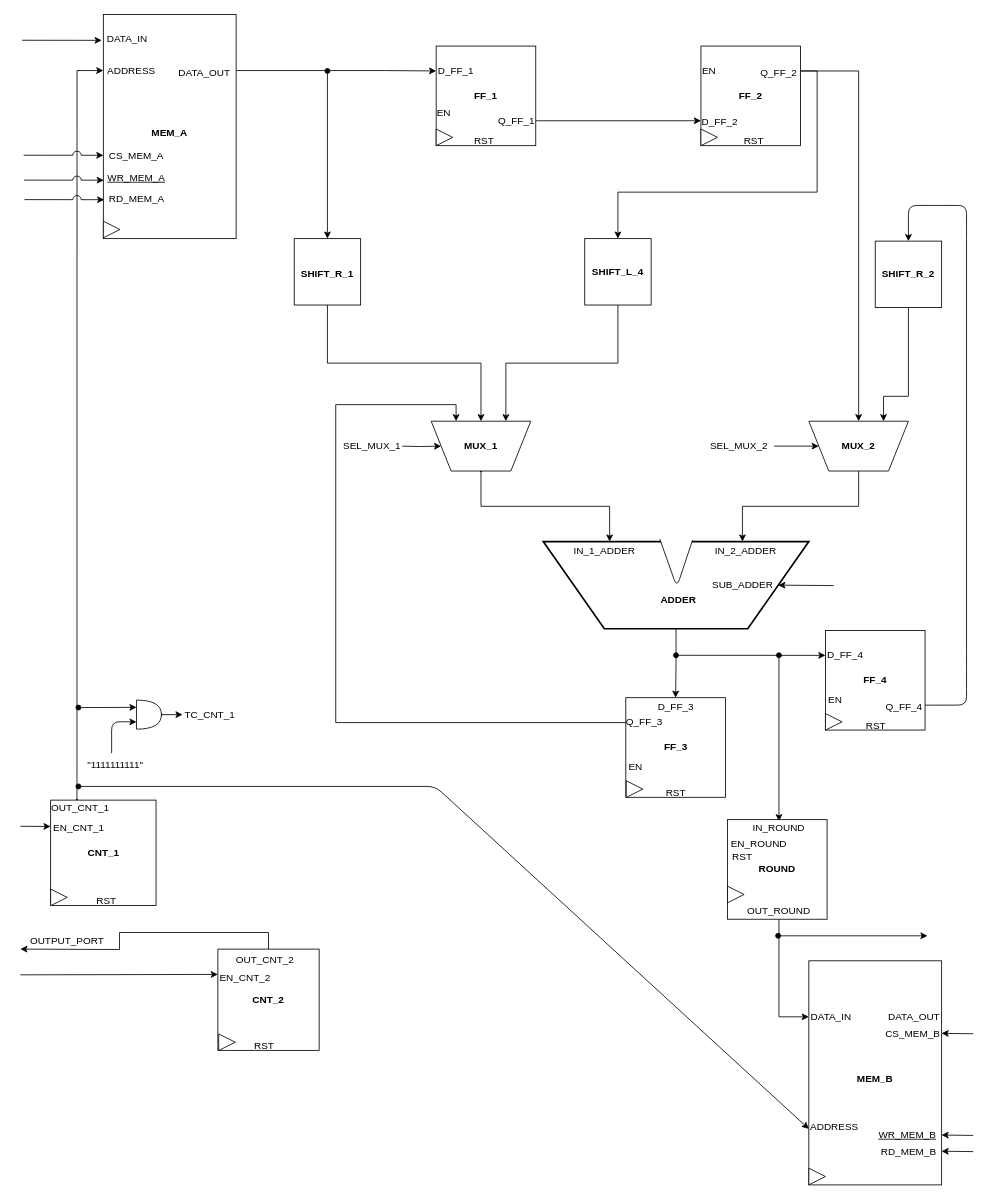
leobel96/Polito-ESD-NeuralNetwork keeps this draw.io diagram as lab6/Datapath.drawio. Above is the earlier version. Source tidied: cells renumbered, new cells numbered last; positions are measured from the earlier drawing's top-left corner, leaving out a move shared by most shapes. Both pictures are drawn from the tidied source at 83%, with x=0, y=0 at pixel (20, 14).
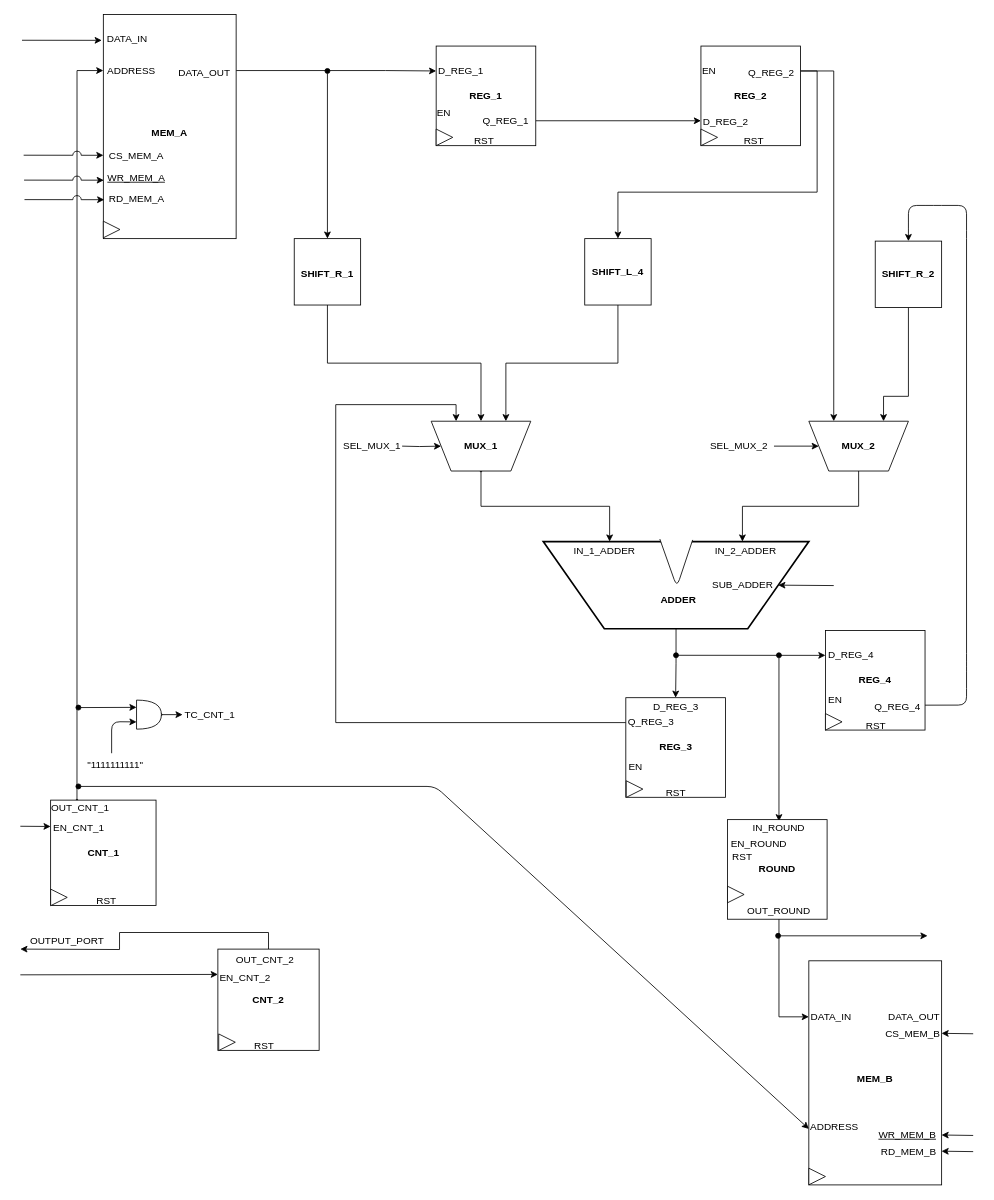
Above is the later version.

The change refers to these unchanged cells:
```xml
<mxCell id="37" style="shape=trapezoid;perimeter=trapezoidPerimeter;whiteSpace=wrap;html=1;rotation=180;" parent="1" vertex="1">
  <mxGeometry x="950" y="490" width="120" height="60" as="geometry" />
</mxCell>
```

Change to the diagram source:
```diff
@@
-    <mxCell id="14" value="&lt;b&gt;FF_1&lt;/b&gt;" style="whiteSpace=wrap;html=1;" parent="1" vertex="1">
+    <mxCell id="14" value="&lt;b&gt;REG_1&lt;/b&gt;" style="whiteSpace=wrap;html=1;" parent="1" vertex="1">
       <mxGeometry x="501" y="38" width="120" height="120" as="geometry" />
     </mxCell>
-    <mxCell id="15" style="edgeStyle=orthogonalEdgeStyle;rounded=0;jettySize=auto;html=1;exitX=1;exitY=0.25;exitDx=0;exitDy=0;entryX=0.5;entryY=1;entryDx=0;entryDy=0;" parent="1" edge="1" source="17" target="37">
-      <mxGeometry relative="1" as="geometry" />
+    <mxCell id="15" style="edgeStyle=orthogonalEdgeStyle;rounded=0;jettySize=auto;html=1;exitX=1;exitY=0.25;exitDx=0;exitDy=0;entryX=0.75;entryY=1;entryDx=0;entryDy=0;" parent="1" edge="1" source="17" target="37">
+      <mxGeometry relative="1" as="geometry">
+        <Array as="points">
+          <mxPoint x="980" y="68" />
+        </Array>
+      </mxGeometry>
     </mxCell>
@@
-    <mxCell id="17" value="&lt;b&gt;FF_2&lt;/b&gt;" style="whiteSpace=wrap;html=1;" parent="1" vertex="1">
+    <mxCell id="17" value="&lt;b&gt;REG_2&lt;/b&gt;" style="whiteSpace=wrap;html=1;" parent="1" vertex="1">
       <mxGeometry x="820" y="38" width="120" height="120" as="geometry" />
     </mxCell>
-    <mxCell id="18" value="D_FF_1" style="text;html=1;strokeColor=none;fillColor=none;align=center;verticalAlign=middle;whiteSpace=wrap;rounded=0;" parent="1" vertex="1">
-      <mxGeometry x="505" y="58" width="40" height="20" as="geometry" />
+    <mxCell id="18" value="D_REG_1" style="text;html=1;strokeColor=none;fillColor=none;align=center;verticalAlign=middle;whiteSpace=wrap;rounded=0;" parent="1" vertex="1">
+      <mxGeometry x="511" y="58" width="40" height="20" as="geometry" />
     </mxCell>
-    <mxCell id="19" value="Q_FF_1" style="text;html=1;strokeColor=none;fillColor=none;align=center;verticalAlign=middle;whiteSpace=wrap;rounded=0;" parent="1" vertex="1">
-      <mxGeometry x="578" y="118" width="40" height="20" as="geometry" />
+    <mxCell id="19" value="Q_REG_1" style="text;html=1;strokeColor=none;fillColor=none;align=center;verticalAlign=middle;whiteSpace=wrap;rounded=0;" parent="1" vertex="1">
+      <mxGeometry x="565" y="118" width="40" height="20" as="geometry" />
     </mxCell>
-    <mxCell id="20" value="D_FF_2" style="text;html=1;strokeColor=none;fillColor=none;align=center;verticalAlign=middle;whiteSpace=wrap;rounded=0;" parent="1" vertex="1">
-      <mxGeometry x="823" y="119" width="40" height="20" as="geometry" />
+    <mxCell id="20" value="D_REG_2" style="text;html=1;strokeColor=none;fillColor=none;align=center;verticalAlign=middle;whiteSpace=wrap;rounded=0;" parent="1" vertex="1">
+      <mxGeometry x="830" y="119" width="40" height="20" as="geometry" />
     </mxCell>
-    <mxCell id="21" value="Q_FF_2" style="text;html=1;strokeColor=none;fillColor=none;align=center;verticalAlign=middle;whiteSpace=wrap;rounded=0;" parent="1" vertex="1">
-      <mxGeometry x="894" y="60" width="40" height="20" as="geometry" />
+    <mxCell id="21" value="Q_REG_2" style="text;html=1;strokeColor=none;fillColor=none;align=center;verticalAlign=middle;whiteSpace=wrap;rounded=0;" parent="1" vertex="1">
+      <mxGeometry x="885" y="60" width="40" height="20" as="geometry" />
     </mxCell>
@@
-    <mxCell id="47" value="&lt;b&gt;FF_3&lt;/b&gt;" style="whiteSpace=wrap;html=1;" parent="1" vertex="1">
+    <mxCell id="47" value="&lt;b&gt;REG_3&lt;/b&gt;" style="whiteSpace=wrap;html=1;" parent="1" vertex="1">
       <mxGeometry x="729.5" y="823.1" width="120" height="120" as="geometry" />
     </mxCell>
-    <mxCell id="48" value="D_FF_3" style="text;html=1;strokeColor=none;fillColor=none;align=center;verticalAlign=middle;whiteSpace=wrap;rounded=0;" parent="1" vertex="1">
+    <mxCell id="48" value="D_REG_3" style="text;html=1;strokeColor=none;fillColor=none;align=center;verticalAlign=middle;whiteSpace=wrap;rounded=0;" parent="1" vertex="1">
       <mxGeometry x="770" y="824" width="40" height="20" as="geometry" />
     </mxCell>
-    <mxCell id="49" value="Q_FF_3" style="text;html=1;strokeColor=none;fillColor=none;align=center;verticalAlign=middle;whiteSpace=wrap;rounded=0;" parent="1" vertex="1">
-      <mxGeometry x="732" y="843" width="40" height="20" as="geometry" />
+    <mxCell id="49" value="Q_REG_3" style="text;html=1;strokeColor=none;fillColor=none;align=center;verticalAlign=middle;whiteSpace=wrap;rounded=0;" parent="1" vertex="1">
+      <mxGeometry x="740" y="843" width="40" height="20" as="geometry" />
     </mxCell>
@@
-    <mxCell id="51" value="&lt;b&gt;FF_4&lt;/b&gt;" style="whiteSpace=wrap;html=1;" parent="1" vertex="1">
+    <mxCell id="51" value="&lt;b&gt;REG_4&lt;/b&gt;" style="whiteSpace=wrap;html=1;" parent="1" vertex="1">
       <mxGeometry x="970" y="742.1" width="120" height="120" as="geometry" />
     </mxCell>
@@
-    <mxCell id="53" value="D_FF_4" style="text;html=1;strokeColor=none;fillColor=none;align=center;verticalAlign=middle;whiteSpace=wrap;rounded=0;" parent="1" vertex="1">
-      <mxGeometry x="974" y="762" width="40" height="20" as="geometry" />
+    <mxCell id="53" value="D_REG_4" style="text;html=1;strokeColor=none;fillColor=none;align=center;verticalAlign=middle;whiteSpace=wrap;rounded=0;" parent="1" vertex="1">
+      <mxGeometry x="981" y="762" width="40" height="20" as="geometry" />
     </mxCell>
-    <mxCell id="54" value="Q_FF_4" style="text;html=1;strokeColor=none;fillColor=none;align=center;verticalAlign=middle;whiteSpace=wrap;rounded=0;" parent="1" vertex="1">
-      <mxGeometry x="1045" y="824" width="40" height="20" as="geometry" />
+    <mxCell id="54" value="Q_REG_4" style="text;html=1;strokeColor=none;fillColor=none;align=center;verticalAlign=middle;whiteSpace=wrap;rounded=0;" parent="1" vertex="1">
+      <mxGeometry x="1037" y="824" width="40" height="20" as="geometry" />
     </mxCell>
```
